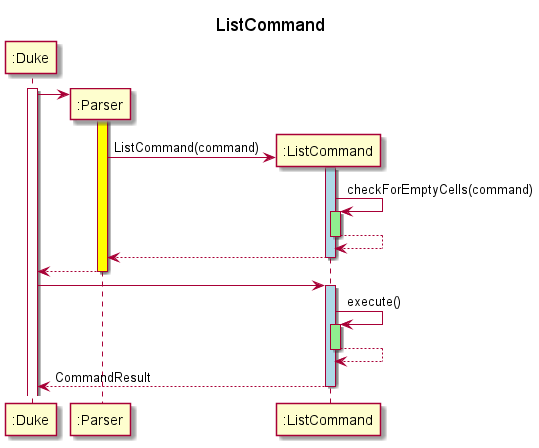
nus-cs2113-AY2122S1/tp keeps this PlantUML diagram as docs/images/ListDiagram.png. Above is the earlier version.
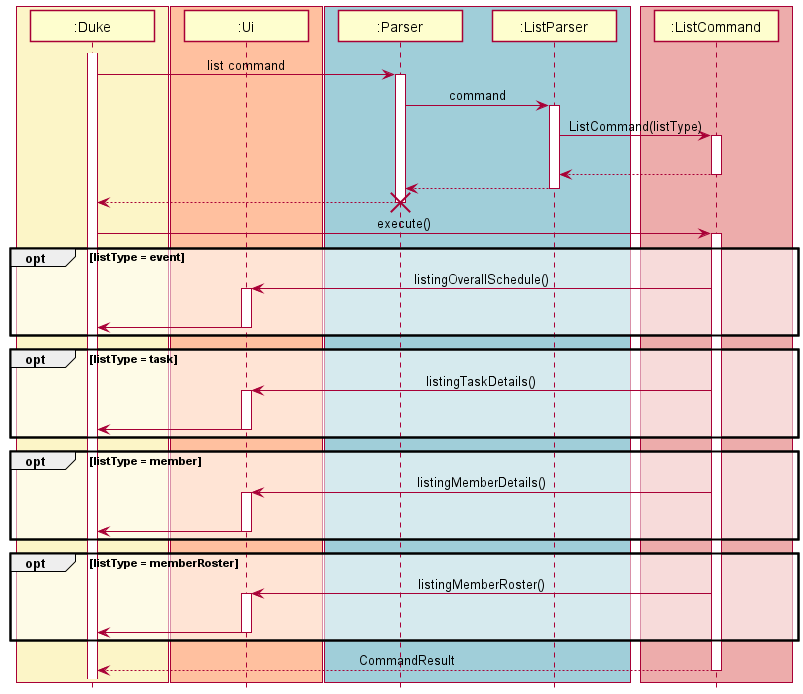
After the commit.

Change to the diagram source:
```diff
@@ -1,27 +1,67 @@
 @startuml
-title ListCommand
+!include style.puml
 
-participant ":Duke" as Duke
+box DUKE_COLOR
+Participant ":Duke" as Duke
+end box
+box UI_COLOR
+Participant ":Ui" as Ui
+end box
+box BLUE_COLOR
+Participant ":Parser" as Parser
+Participant ":ListParser" as ListParser
+end box
+box LOGIC_COLOR
+Participant ":ListCommand" as ListCommand
+end box
+
 activate Duke
 
-create ":Parser" as Parser
-Duke -> Parser
-activate Parser #yellow
+Duke -> Parser : list command
+activate Parser
 
-create ":ListCommand" as ListCommand
-Parser -> ListCommand: ListCommand(command)
-activate ListCommand #lightblue
-ListCommand -> ListCommand: checkForEmptyCells(command)
-activate ListCommand #lightgreen
+
+Parser -> ListParser: command
+activate ListParser
+ListParser -> ListCommand : ListCommand(listType)
+activate ListCommand
+|||
 return
 return
 return
+destroy Parser
 
-Duke -> ListCommand
-activate ListCommand #lightblue
-ListCommand -> ListCommand: execute()
-activate ListCommand #lightgreen
-return
+Duke -> ListCommand : execute()
+activate ListCommand
+opt listType = event
+  ListCommand -> Ui: listingOverallSchedule()
+  activate Ui
+  |||
+  Ui -> Duke
+  deactivate Ui
+end
+opt listType = task
+  ListCommand -> Ui: listingTaskDetails()
+  activate Ui
+  |||
+  Ui -> Duke
+  deactivate Ui
+end
+opt listType = member
+  ListCommand -> Ui: listingMemberDetails()
+  activate Ui
+  |||
+  Ui -> Duke
+  deactivate Ui
+end
+opt listType = memberRoster
+  ListCommand -> Ui: listingMemberRoster()
+  activate Ui
+  |||
+  Ui -> Duke
+  deactivate Ui
+end
+
 ListCommand --> Duke : CommandResult
 deactivate
 
```
